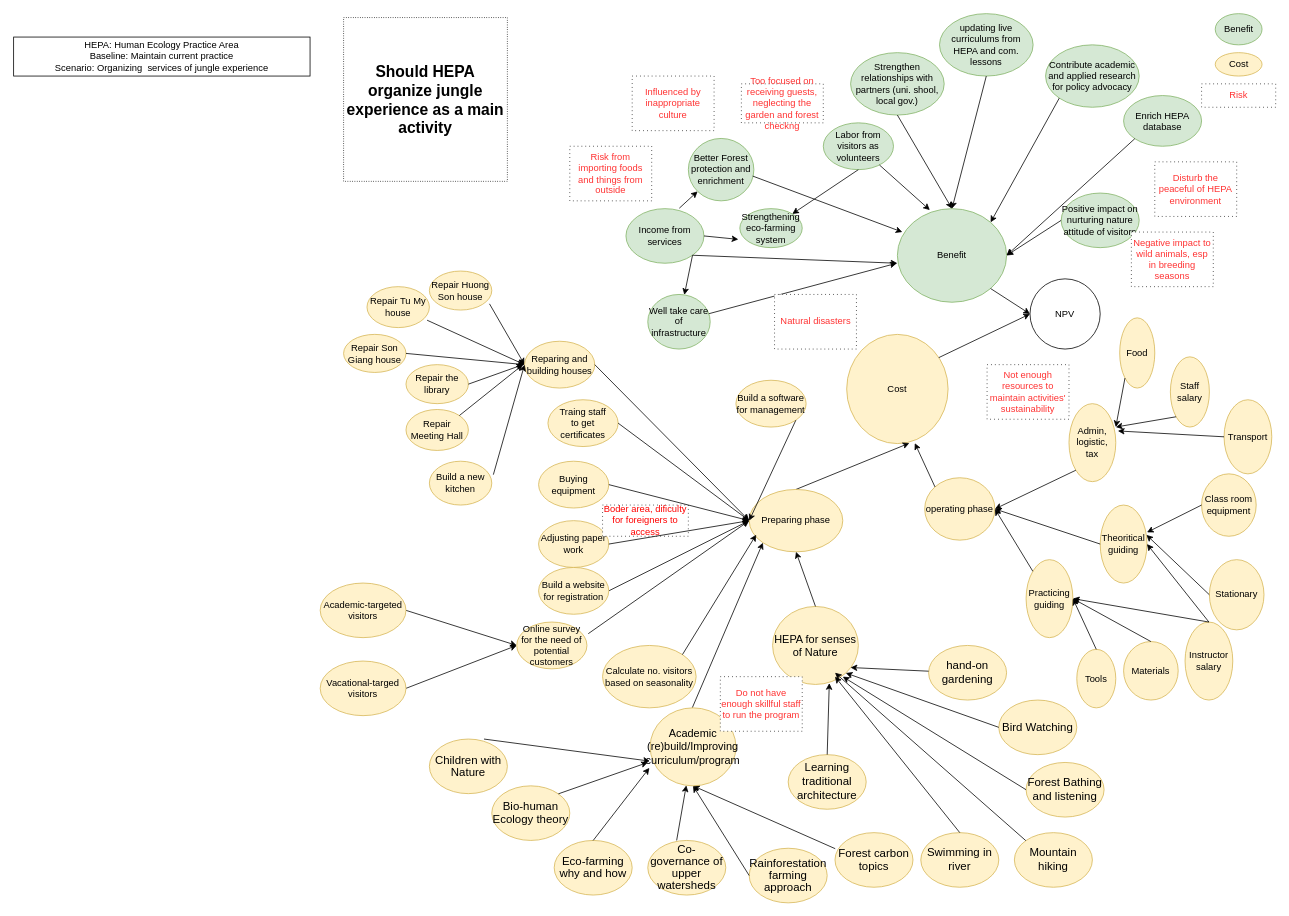
The draw.io diagram page "Trang-1" (1 of 2) of 2024.6.5.DAHEPAdrawio.drawio in GiangLe1212/HEPA_model, before the edit. Source tidied: cells renumbered, new cells numbered last; positions are measured from the earlier drawing's top-left corner, leaving out a move shared by most shapes. Both pictures are drawn from the tidied source at 78%, with x=0, y=0 at pixel (13, 13).
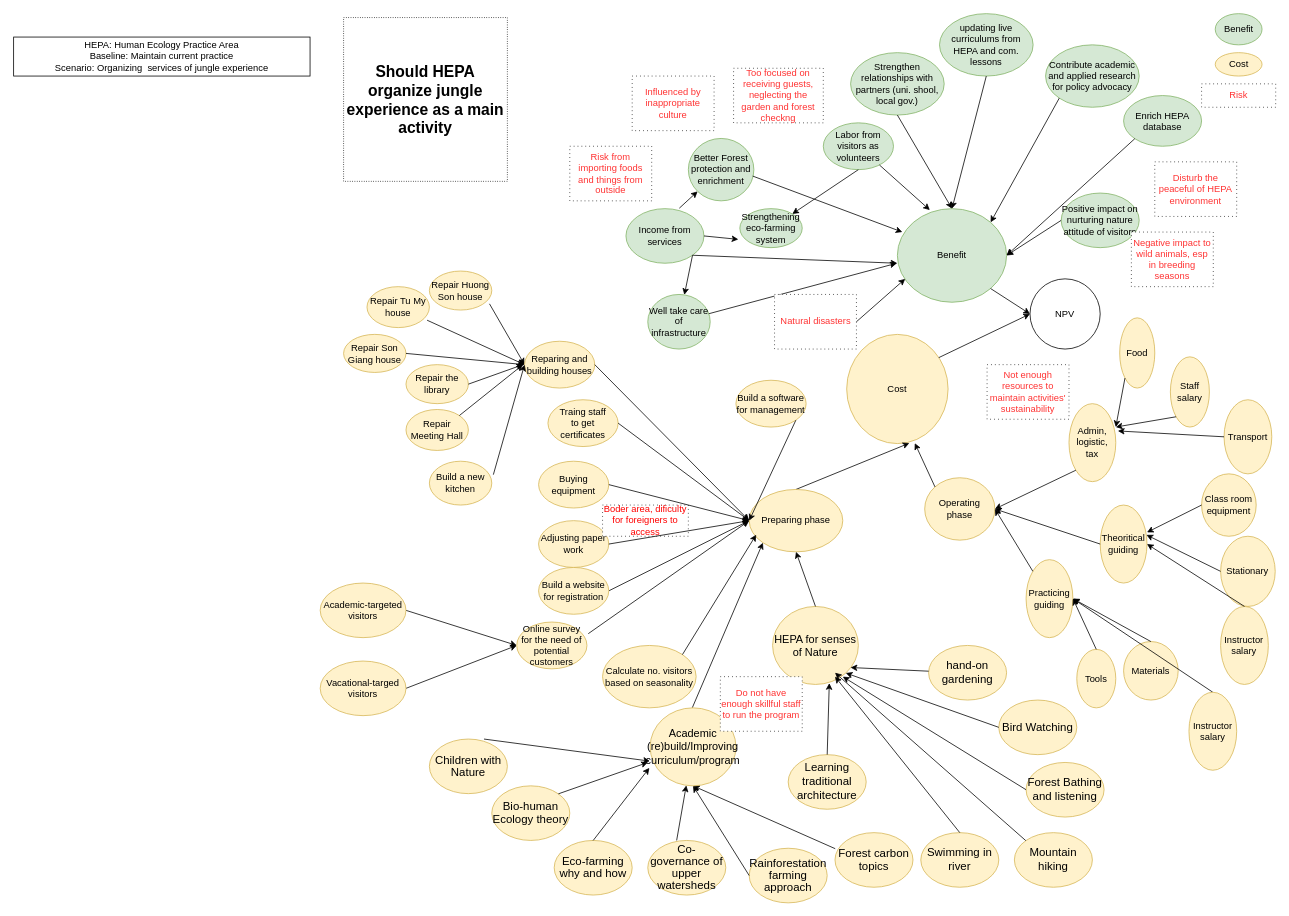
The same diagram, later.

Unchanged cells that the change refers to:
```xml
<mxCell id="26" value="Practicing guiding" style="ellipse;whiteSpace=wrap;html=1;fillColor=#fff2cc;strokeColor=#d6b656;direction=south;" parent="1" vertex="1">
  <mxGeometry x="1298" y="700" width="60" height="100" as="geometry" />
</mxCell>
<mxCell id="92" value="&lt;font color=&quot;#ff3333&quot;&gt;Natural disasters&lt;/font&gt;" style="rounded=0;whiteSpace=wrap;html=1;dashed=1;dashPattern=1 4;rotation=0;" parent="1" vertex="1">
  <mxGeometry x="975.5" y="360" width="105" height="70" as="geometry" />
</mxCell>
```

The edit, as a diff of the source:
```diff
@@
-    <mxCell id="6" value="operating phase" style="ellipse;whiteSpace=wrap;html=1;fillColor=#fff2cc;strokeColor=#d6b656;" parent="1" vertex="1">
+    <mxCell id="6" value="Operating phase" style="ellipse;whiteSpace=wrap;html=1;fillColor=#fff2cc;strokeColor=#d6b656;" parent="1" vertex="1">
       <mxGeometry x="1168" y="595" width="90" height="80" as="geometry" />
     </mxCell>
@@
     <mxCell id="80" value="&lt;font color=&quot;#ff3333&quot;&gt;Too focused on receiving guests, neglecting the garden and forest checkng&lt;/font&gt;" style="rounded=0;whiteSpace=wrap;html=1;dashed=1;dashPattern=1 4;rotation=0;" parent="1" vertex="1">
-      <mxGeometry x="933" y="90" width="105" height="50" as="geometry" />
+      <mxGeometry x="923" y="70" width="115" height="70" as="geometry" />
     </mxCell>
@@
     <mxCell id="114" value="Stationary" style="ellipse;whiteSpace=wrap;html=1;fillColor=#fff2cc;strokeColor=#d6b656;direction=south;" parent="1" vertex="1">
-      <mxGeometry x="1533" y="700" width="70" height="90" as="geometry" />
+      <mxGeometry x="1547.4" y="670" width="70" height="90" as="geometry" />
     </mxCell>
@@
     <mxCell id="117" value="Instructor salary" style="ellipse;whiteSpace=wrap;html=1;fillColor=#fff2cc;strokeColor=#d6b656;direction=south;" parent="1" vertex="1">
-      <mxGeometry x="1501.8" y="780" width="61.2" height="100" as="geometry" />
+      <mxGeometry x="1547.4" y="760" width="61.2" height="100" as="geometry" />
     </mxCell>
@@
-    <mxCell id="127" style="endArrow=classic;html=1;rounded=0;exitX=0;exitY=0.5;exitDx=0;exitDy=0;entryX=0.5;entryY=0;entryDx=0;entryDy=0;" parent="1" edge="1" source="117" target="26">
+    <mxCell id="127" style="endArrow=classic;html=1;rounded=0;exitX=0;exitY=0.5;exitDx=0;exitDy=0;entryX=0.5;entryY=0;entryDx=0;entryDy=0;" parent="1" edge="1" source="131" target="26">
       <mxGeometry relative="1" as="geometry" />
     </mxCell>
@@
+    <mxCell id="131" value="Instructor salary" style="ellipse;whiteSpace=wrap;html=1;fillColor=#fff2cc;strokeColor=#d6b656;direction=south;" parent="1" vertex="1">
+      <mxGeometry x="1506.8" y="870" width="61.2" height="100" as="geometry" />
+    </mxCell>
+    <mxCell id="132" style="endArrow=classic;html=1;rounded=0;exitX=1;exitY=0.5;exitDx=0;exitDy=0;" parent="1" edge="1" source="92">
+      <mxGeometry relative="1" as="geometry">
+        <mxPoint x="1143" y="340" as="targetPoint" />
+      </mxGeometry>
+    </mxCell>
```
